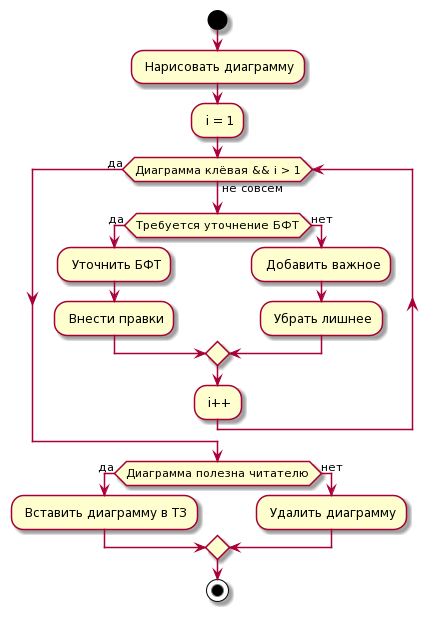
The PlantUML diagram more/uml/images/ad03.png in EgorBanin/EgorBanin.github.io, before a commit. Source of this version:
```plantuml
@startuml
start
: Нарисовать диаграмму;
: i = 1;
while (Диаграмма клёвая && i > 1) is (не совсем)
    if (Требуется уточнение БФТ) then (да)
        : Уточнить БФТ;
        : Внести правки;
    else (нет)
        : Добавить важное;
        : Убрать лишнее;
    endif
    : i++;
endwhile (да)
if (Диаграмма полезна читателю) then (да)
    : Вставить диаграмму в ТЗ;
else (нет)
    : Удалить диаграмму;
endif
stop
@enduml
```
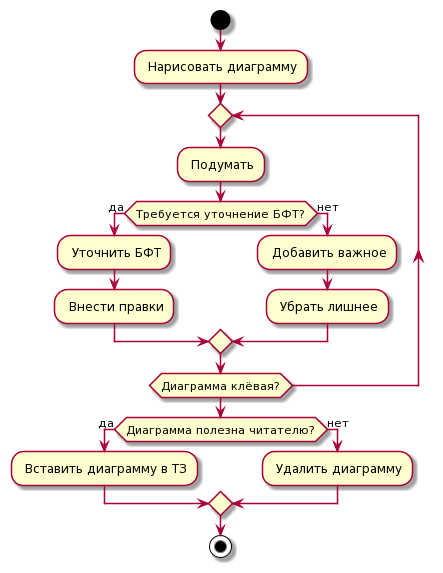
After the commit.

Commit message:
uml улучшение

Diff of the diagram source:
```diff
@@ -1,18 +1,17 @@
 @startuml
 start
 : Нарисовать диаграмму;
-: i = 1;
-while (Диаграмма клёвая && i > 1) is (не совсем)
-    if (Требуется уточнение БФТ) then (да)
+repeat
+    : Подумать;
+    if (Требуется уточнение БФТ?) then (да)
         : Уточнить БФТ;
         : Внести правки;
     else (нет)
         : Добавить важное;
         : Убрать лишнее;
     endif
-    : i++;
-endwhile (да)
-if (Диаграмма полезна читателю) then (да)
+repeat while (Диаграмма клёвая?)
+if (Диаграмма полезна читателю?) then (да)
     : Вставить диаграмму в ТЗ;
 else (нет)
     : Удалить диаграмму;
```
